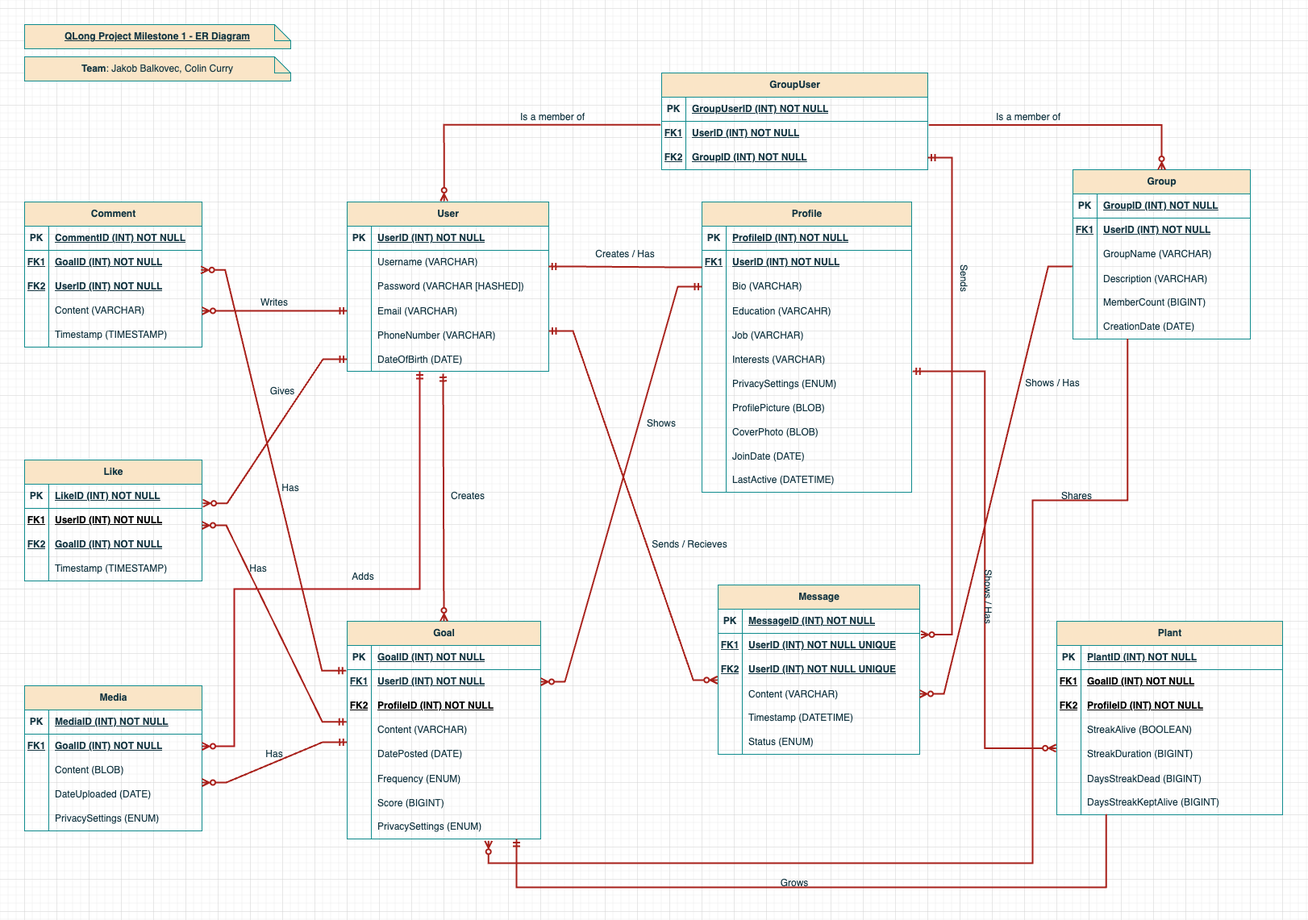
This is ERdiagram/project_milestone1_erd.png from j-balkovec/CPSC3300, a draw.io export, as it was before one commit. Source tidied: cells renumbered, new cells last; positions are measured from the earlier drawing's top-left corner, leaving out a move shared by most shapes.
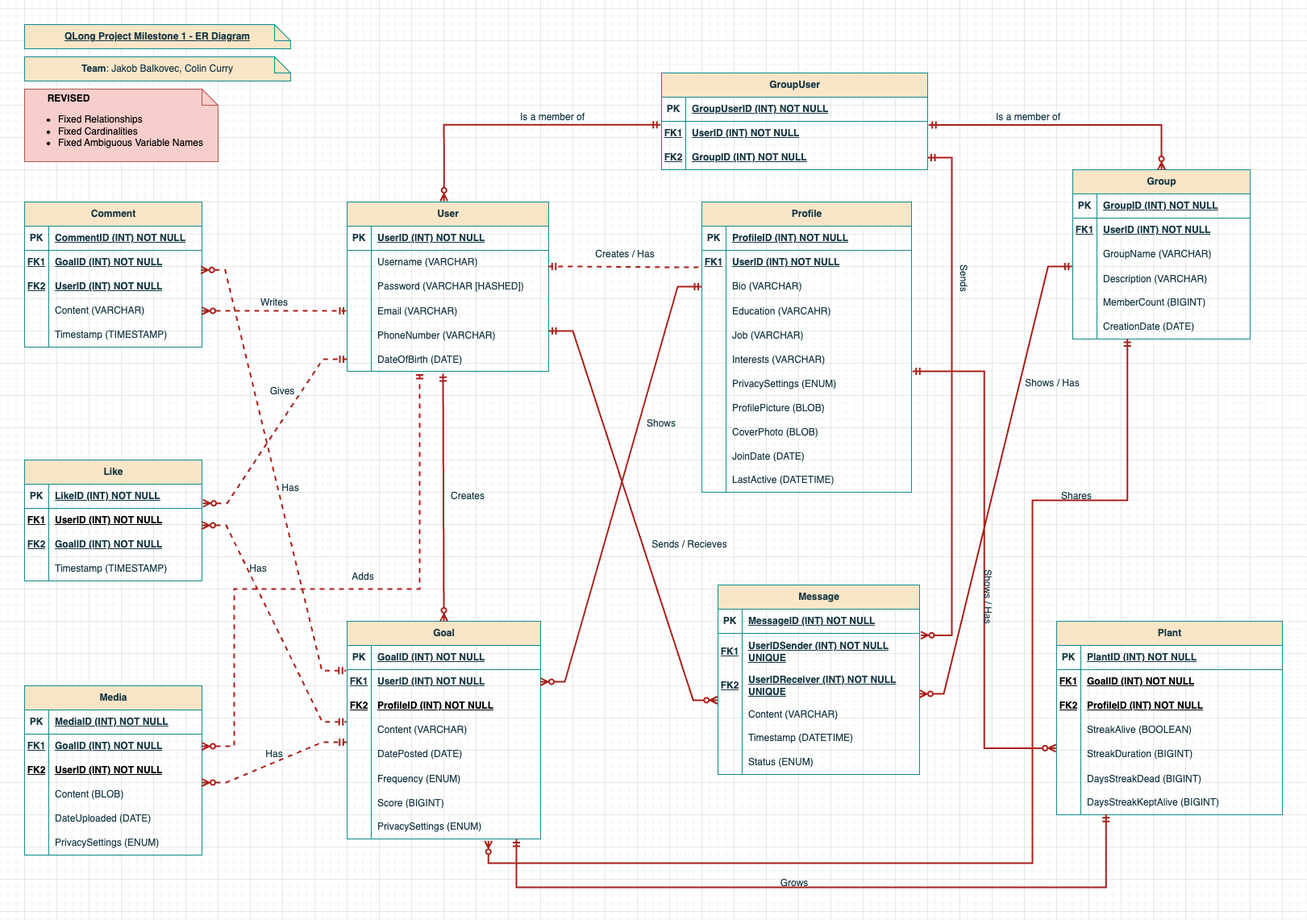
After the commit.

Commit message:
Updated Relationships, Cardinalities, Fixed variable FKs

What changed in the source:
```diff
@@ -68,3 +68,3 @@
     <mxCell id="23" value="Media" style="shape=table;startSize=30;rowLines=0;fontStyle=1;align=center;html=1;strokeColor=#0F8B8D;fontColor=#143642;fillColor=#FAE5C7;labelBackgroundColor=none;" parent="1" vertex="1">
-      <mxGeometry y="820" width="220" height="180" as="geometry" />
+      <mxGeometry y="820" width="220" height="210" as="geometry" />
     </mxCell>
@@ -88,4 +88,13 @@
     </mxCell>
+    <mxCell id="231" style="shape=tableRow;horizontal=0;startSize=0;swimlaneHead=0;swimlaneBody=0;fillColor=none;top=0;left=0;right=0;bottom=0;" parent="23" vertex="1">
+      <mxGeometry y="90" width="220" height="30" as="geometry" />
+    </mxCell>
+    <mxCell id="232" value="&lt;b&gt;&lt;u&gt;FK2&lt;/u&gt;&lt;/b&gt;" style="shape=partialRectangle;fillColor=none;top=0;left=0;bottom=0;right=0;fontStyle=0;overflow=hidden;whiteSpace=wrap;html=1;" parent="231" vertex="1">
+      <mxGeometry width="30" height="30" as="geometry" />
+    </mxCell>
+    <mxCell id="233" value="&lt;b&gt;&lt;u&gt;UserID (INT) NOT NULL&lt;/u&gt;&lt;/b&gt;" style="shape=partialRectangle;fillColor=none;top=0;left=0;bottom=0;right=0;align=left;spacingLeft=6;fontStyle=0;overflow=hidden;whiteSpace=wrap;html=1;" parent="231" vertex="1">
+      <mxGeometry x="30" width="190" height="30" as="geometry" />
+    </mxCell>
     <mxCell id="30" style="shape=tableRow;horizontal=0;startSize=0;swimlaneHead=0;swimlaneBody=0;fillColor=none;top=0;left=0;right=0;bottom=0;strokeColor=#0F8B8D;fontColor=#143642;labelBackgroundColor=none;" parent="23" vertex="1">
-      <mxGeometry y="90" width="220" height="30" as="geometry" />
+      <mxGeometry y="120" width="220" height="30" as="geometry" />
     </mxCell>
@@ -98,3 +107,3 @@
     <mxCell id="33" style="shape=tableRow;horizontal=0;startSize=0;swimlaneHead=0;swimlaneBody=0;fillColor=none;top=0;left=0;right=0;bottom=0;strokeColor=#0F8B8D;fontColor=#143642;labelBackgroundColor=none;" parent="23" vertex="1">
-      <mxGeometry y="120" width="220" height="30" as="geometry" />
+      <mxGeometry y="150" width="220" height="30" as="geometry" />
     </mxCell>
@@ -107,3 +116,3 @@
     <mxCell id="36" style="shape=tableRow;horizontal=0;startSize=0;swimlaneHead=0;swimlaneBody=0;fillColor=none;top=0;left=0;right=0;bottom=0;strokeColor=#0F8B8D;fontColor=#143642;labelBackgroundColor=none;" parent="23" vertex="1">
-      <mxGeometry y="150" width="220" height="30" as="geometry" />
+      <mxGeometry y="180" width="220" height="30" as="geometry" />
     </mxCell>
@@ -116,3 +125,3 @@
     <mxCell id="39" value="Message" style="shape=table;startSize=30;rowLines=0;fontStyle=1;align=center;html=1;strokeColor=#0F8B8D;fontColor=#143642;fillColor=#FAE5C7;labelBackgroundColor=none;" parent="1" vertex="1">
-      <mxGeometry x="860" y="695" width="250" height="210" as="geometry" />
+      <mxGeometry x="860" y="695" width="250" height="235" as="geometry" />
     </mxCell>
@@ -128,21 +137,21 @@
     <mxCell id="43" style="shape=tableRow;horizontal=0;startSize=0;swimlaneHead=0;swimlaneBody=0;fillColor=none;points=[[0,0.5],[1,0.5]];portConstraint=eastwest;top=0;left=0;right=0;bottom=0;strokeColor=#0F8B8D;fontColor=#143642;" parent="39" vertex="1">
-      <mxGeometry y="60" width="250" height="30" as="geometry" />
+      <mxGeometry y="60" width="250" height="45" as="geometry" />
     </mxCell>
     <mxCell id="44" value="&lt;b&gt;&lt;u&gt;FK1&lt;/u&gt;&lt;/b&gt;" style="shape=partialRectangle;fillColor=none;top=0;left=0;bottom=0;right=0;fontStyle=0;overflow=hidden;whiteSpace=wrap;html=1;strokeColor=#0F8B8D;fontColor=#143642;" parent="43" vertex="1">
-      <mxGeometry width="30" height="30" as="geometry" />
+      <mxGeometry width="30" height="45" as="geometry" />
     </mxCell>
-    <mxCell id="45" value="&lt;b&gt;&lt;u&gt;UserID (INT) NOT NULL UNIQUE&lt;/u&gt;&lt;/b&gt;" style="shape=partialRectangle;fillColor=none;top=0;left=0;bottom=0;right=0;align=left;spacingLeft=6;fontStyle=0;overflow=hidden;whiteSpace=wrap;html=1;strokeColor=#0F8B8D;fontColor=#143642;" parent="43" vertex="1">
-      <mxGeometry x="30" width="220" height="30" as="geometry" />
+    <mxCell id="45" value="&lt;b&gt;&lt;u&gt;UserIDSender (INT) NOT NULL UNIQUE&lt;/u&gt;&lt;/b&gt;" style="shape=partialRectangle;fillColor=none;top=0;left=0;bottom=0;right=0;align=left;spacingLeft=6;fontStyle=0;overflow=hidden;whiteSpace=wrap;html=1;strokeColor=#0F8B8D;fontColor=#143642;" parent="43" vertex="1">
+      <mxGeometry x="30" width="220" height="45" as="geometry" />
     </mxCell>
     <mxCell id="46" style="shape=tableRow;horizontal=0;startSize=0;swimlaneHead=0;swimlaneBody=0;fillColor=none;top=0;left=0;right=0;bottom=0;strokeColor=#0F8B8D;fontColor=#143642;" parent="39" vertex="1">
-      <mxGeometry y="90" width="250" height="30" as="geometry" />
+      <mxGeometry y="105" width="250" height="40" as="geometry" />
     </mxCell>
     <mxCell id="47" value="&lt;b&gt;&lt;u&gt;FK2&lt;/u&gt;&lt;/b&gt;" style="shape=partialRectangle;fillColor=none;top=0;left=0;bottom=0;right=0;fontStyle=0;overflow=hidden;whiteSpace=wrap;html=1;strokeColor=#0F8B8D;fontColor=#143642;" parent="46" vertex="1">
-      <mxGeometry width="30" height="30" as="geometry" />
+      <mxGeometry width="30" height="40" as="geometry" />
     </mxCell>
-    <mxCell id="48" value="&lt;b&gt;&lt;u&gt;UserID (INT) NOT NULL UNIQUE&lt;/u&gt;&lt;/b&gt;" style="shape=partialRectangle;fillColor=none;top=0;left=0;bottom=0;right=0;align=left;spacingLeft=6;fontStyle=0;overflow=hidden;whiteSpace=wrap;html=1;strokeColor=#0F8B8D;fontColor=#143642;" parent="46" vertex="1">
-      <mxGeometry x="30" width="220" height="30" as="geometry" />
+    <mxCell id="48" value="&lt;b&gt;&lt;u&gt;UserIDReceiver (INT) NOT NULL UNIQUE&lt;/u&gt;&lt;/b&gt;" style="shape=partialRectangle;fillColor=none;top=0;left=0;bottom=0;right=0;align=left;spacingLeft=6;fontStyle=0;overflow=hidden;whiteSpace=wrap;html=1;strokeColor=#0F8B8D;fontColor=#143642;" parent="46" vertex="1">
+      <mxGeometry x="30" width="220" height="40" as="geometry" />
     </mxCell>
     <mxCell id="49" style="shape=tableRow;horizontal=0;startSize=0;swimlaneHead=0;swimlaneBody=0;fillColor=none;points=[[0,0.5],[1,0.5]];portConstraint=eastwest;top=0;left=0;right=0;bottom=0;strokeColor=#0F8B8D;fontColor=#143642;labelBackgroundColor=none;" parent="39" vertex="1">
-      <mxGeometry y="120" width="250" height="30" as="geometry" />
+      <mxGeometry y="145" width="250" height="30" as="geometry" />
     </mxCell>
@@ -155,3 +164,3 @@
     <mxCell id="52" style="shape=tableRow;horizontal=0;startSize=0;swimlaneHead=0;swimlaneBody=0;fillColor=none;top=0;left=0;right=0;bottom=0;strokeColor=#0F8B8D;fontColor=#143642;labelBackgroundColor=none;" parent="39" vertex="1">
-      <mxGeometry y="150" width="250" height="30" as="geometry" />
+      <mxGeometry y="175" width="250" height="30" as="geometry" />
     </mxCell>
@@ -164,3 +173,3 @@
     <mxCell id="55" style="shape=tableRow;horizontal=0;startSize=0;swimlaneHead=0;swimlaneBody=0;fillColor=none;top=0;left=0;right=0;bottom=0;strokeColor=#0F8B8D;fontColor=#143642;labelBackgroundColor=none;" parent="39" vertex="1">
-      <mxGeometry y="180" width="250" height="30" as="geometry" />
+      <mxGeometry y="205" width="250" height="30" as="geometry" />
     </mxCell>
@@ -493,3 +502,3 @@
     </mxCell>
-    <mxCell id="165" style="edgeStyle=entityRelationEdgeStyle;fontSize=12;html=1;endArrow=none;rounded=0;strokeWidth=2;strokeColor=#A8201A;startArrow=ERmandOne;startFill=0;endFill=0;labelBackgroundColor=none;fontColor=default;" parent="1" edge="1">
+    <mxCell id="165" style="edgeStyle=entityRelationEdgeStyle;fontSize=12;html=1;endArrow=none;rounded=0;strokeWidth=2;strokeColor=#A8201A;startArrow=ERmandOne;startFill=0;endFill=0;labelBackgroundColor=none;fontColor=default;dashed=1;" parent="1" edge="1">
       <mxGeometry relative="1" as="geometry">
@@ -502,6 +511,6 @@
     </mxCell>
-    <mxCell id="167" style="edgeStyle=entityRelationEdgeStyle;fontSize=12;html=1;endArrow=ERmandOne;startArrow=ERzeroToMany;rounded=0;entryX=-0.005;entryY=0.045;entryDx=0;entryDy=0;entryPerimeter=0;startFill=0;endFill=0;strokeWidth=2;labelBackgroundColor=none;strokeColor=#A8201A;fontColor=default;exitX=0.994;exitY=0.811;exitDx=0;exitDy=0;exitPerimeter=0;" parent="1" edge="1" source="81" target="97">
+    <mxCell id="167" style="edgeStyle=entityRelationEdgeStyle;fontSize=12;html=1;endArrow=ERmandOne;startArrow=ERzeroToMany;rounded=0;entryX=-0.005;entryY=0.045;entryDx=0;entryDy=0;entryPerimeter=0;startFill=0;endFill=0;strokeWidth=2;labelBackgroundColor=none;strokeColor=#A8201A;fontColor=default;exitX=0.994;exitY=0.811;exitDx=0;exitDy=0;exitPerimeter=0;dashed=1;" parent="1" edge="1" source="81" target="97">
       <mxGeometry relative="1" as="geometry" />
     </mxCell>
-    <mxCell id="168" style="edgeStyle=entityRelationEdgeStyle;fontSize=12;html=1;endArrow=ERmandOne;startArrow=ERzeroToMany;rounded=0;entryX=-0.003;entryY=0.162;entryDx=0;entryDy=0;entryPerimeter=0;startFill=0;endFill=0;strokeWidth=2;labelBackgroundColor=none;strokeColor=#A8201A;fontColor=default;" parent="1" edge="1" target="103">
+    <mxCell id="168" style="edgeStyle=entityRelationEdgeStyle;fontSize=12;html=1;endArrow=ERmandOne;startArrow=ERzeroToMany;rounded=0;entryX=-0.003;entryY=0.162;entryDx=0;entryDy=0;entryPerimeter=0;startFill=0;endFill=0;strokeWidth=2;labelBackgroundColor=none;strokeColor=#A8201A;fontColor=default;dashed=1;" parent="1" edge="1" target="103">
       <mxGeometry relative="1" as="geometry">
@@ -515,3 +524,3 @@
     </mxCell>
-    <mxCell id="170" style="edgeStyle=entityRelationEdgeStyle;fontSize=12;html=1;endArrow=ERmandOne;startArrow=ERzeroToMany;rounded=0;entryX=-0.001;entryY=0.996;entryDx=0;entryDy=0;entryPerimeter=0;strokeWidth=2;labelBackgroundColor=none;strokeColor=#A8201A;fontColor=default;endFill=0;startFill=0;" parent="1" edge="1" target="103">
+    <mxCell id="170" style="edgeStyle=entityRelationEdgeStyle;fontSize=12;html=1;endArrow=ERmandOne;startArrow=ERzeroToMany;rounded=0;entryX=-0.001;entryY=0.996;entryDx=0;entryDy=0;entryPerimeter=0;strokeWidth=2;labelBackgroundColor=none;strokeColor=#A8201A;fontColor=default;endFill=0;startFill=0;dashed=1;" parent="1" edge="1" target="103">
       <mxGeometry relative="1" as="geometry">
@@ -586,3 +595,3 @@
     </mxCell>
-    <mxCell id="193" style="edgeStyle=orthogonalEdgeStyle;fontSize=12;html=1;endArrow=none;startArrow=ERmandOne;rounded=0;strokeColor=#A8201A;fontColor=#143642;fillColor=#FAE5C7;entryX=0.219;entryY=0.978;entryDx=0;entryDy=0;entryPerimeter=0;strokeWidth=2;startFill=0;endFill=0;" parent="1" edge="1" target="190">
+    <mxCell id="193" style="edgeStyle=orthogonalEdgeStyle;fontSize=12;html=1;endArrow=ERmandOne;startArrow=ERmandOne;rounded=0;strokeColor=#A8201A;fontColor=#143642;fillColor=#FAE5C7;entryX=0.219;entryY=0.978;entryDx=0;entryDy=0;entryPerimeter=0;strokeWidth=2;startFill=0;endFill=0;" parent="1" edge="1" target="190">
       <mxGeometry relative="1" as="geometry">
@@ -598,3 +607,3 @@
     </mxCell>
-    <mxCell id="195" style="edgeStyle=entityRelationEdgeStyle;fontSize=12;html=1;endArrow=none;rounded=0;strokeColor=#A8201A;fontColor=#143642;fillColor=#FAE5C7;entryX=-0.003;entryY=0.003;entryDx=0;entryDy=0;entryPerimeter=0;strokeWidth=2;startArrow=ERzeroToMany;startFill=0;endFill=0;exitX=1;exitY=0.5;exitDx=0;exitDy=0;" parent="1" edge="1" target="68">
+    <mxCell id="195" style="edgeStyle=entityRelationEdgeStyle;fontSize=12;html=1;endArrow=ERmandOne;rounded=0;strokeColor=#A8201A;fontColor=#143642;fillColor=#FAE5C7;entryX=-0.003;entryY=0.003;entryDx=0;entryDy=0;entryPerimeter=0;strokeWidth=2;startArrow=ERzeroToMany;startFill=0;endFill=0;exitX=1;exitY=0.5;exitDx=0;exitDy=0;" parent="1" edge="1" target="68">
       <mxGeometry relative="1" as="geometry">
@@ -603,3 +612,3 @@
     </mxCell>
-    <mxCell id="196" style="edgeStyle=orthogonalEdgeStyle;fontSize=12;html=1;endArrow=none;rounded=0;strokeColor=#A8201A;fontColor=#143642;fillColor=#FAE5C7;exitX=0.73;exitY=1.076;exitDx=0;exitDy=0;exitPerimeter=0;entryX=0.308;entryY=0.982;entryDx=0;entryDy=0;strokeWidth=2;startArrow=ERzeroToMany;startFill=0;endFill=0;entryPerimeter=0;" parent="1" edge="1" source="115" target="74">
+    <mxCell id="196" style="edgeStyle=orthogonalEdgeStyle;fontSize=12;html=1;endArrow=ERmandOne;rounded=0;strokeColor=#A8201A;fontColor=#143642;fillColor=#FAE5C7;exitX=0.73;exitY=1.076;exitDx=0;exitDy=0;exitPerimeter=0;entryX=0.308;entryY=0.982;entryDx=0;entryDy=0;strokeWidth=2;startArrow=ERzeroToMany;startFill=0;endFill=0;entryPerimeter=0;" parent="1" edge="1" source="115" target="74">
       <mxGeometry relative="1" as="geometry">
@@ -613,6 +622,6 @@
     </mxCell>
-    <mxCell id="197" style="edgeStyle=entityRelationEdgeStyle;fontSize=12;html=1;endArrow=ERmandOne;startArrow=ERzeroToMany;rounded=0;strokeColor=#A8201A;fontColor=#143642;fillColor=#FAE5C7;entryX=0;entryY=0.5;entryDx=0;entryDy=0;exitX=1;exitY=0.5;exitDx=0;exitDy=0;strokeWidth=2;endFill=0;startFill=0;" parent="1" edge="1" source="87" target="14">
+    <mxCell id="197" style="edgeStyle=entityRelationEdgeStyle;fontSize=12;html=1;endArrow=ERmandOne;startArrow=ERzeroToMany;rounded=0;strokeColor=#A8201A;fontColor=#143642;fillColor=#FAE5C7;entryX=0;entryY=0.5;entryDx=0;entryDy=0;exitX=1;exitY=0.5;exitDx=0;exitDy=0;strokeWidth=2;endFill=0;startFill=0;dashed=1;" parent="1" edge="1" source="87" target="14">
       <mxGeometry relative="1" as="geometry" />
     </mxCell>
-    <mxCell id="198" style="edgeStyle=entityRelationEdgeStyle;fontSize=12;html=1;endArrow=ERmandOne;startArrow=ERzeroToMany;rounded=0;strokeColor=#A8201A;fontColor=#143642;fillColor=#FAE5C7;entryX=0;entryY=0.5;entryDx=0;entryDy=0;exitX=1.005;exitY=0.79;exitDx=0;exitDy=0;strokeWidth=2;endFill=0;startFill=0;exitPerimeter=0;" parent="1" edge="1" source="153" target="20">
+    <mxCell id="198" style="edgeStyle=entityRelationEdgeStyle;fontSize=12;html=1;endArrow=ERmandOne;startArrow=ERzeroToMany;rounded=0;strokeColor=#A8201A;fontColor=#143642;fillColor=#FAE5C7;entryX=0;entryY=0.5;entryDx=0;entryDy=0;exitX=1.005;exitY=0.79;exitDx=0;exitDy=0;strokeWidth=2;endFill=0;startFill=0;exitPerimeter=0;dashed=1;" parent="1" edge="1" source="153" target="20">
       <mxGeometry relative="1" as="geometry" />
@@ -652,3 +661,3 @@
     </mxCell>
-    <mxCell id="210" style="edgeStyle=orthogonalEdgeStyle;fontSize=12;html=1;endArrow=none;rounded=0;strokeColor=#A8201A;fontColor=#143642;fillColor=#FAE5C7;entryX=-0.004;entryY=0.141;entryDx=0;entryDy=0;entryPerimeter=0;strokeWidth=2;startArrow=ERzeroToMany;startFill=0;endFill=0;exitX=0.481;exitY=-0.005;exitDx=0;exitDy=0;exitPerimeter=0;" parent="1" edge="1" source="4" target="204">
+    <mxCell id="210" style="edgeStyle=orthogonalEdgeStyle;fontSize=12;html=1;endArrow=ERmandOne;rounded=0;strokeColor=#A8201A;fontColor=#143642;fillColor=#FAE5C7;entryX=-0.004;entryY=0.141;entryDx=0;entryDy=0;entryPerimeter=0;strokeWidth=2;startArrow=ERzeroToMany;startFill=0;endFill=0;exitX=0.481;exitY=-0.005;exitDx=0;exitDy=0;exitPerimeter=0;" parent="1" edge="1" source="4" target="204">
       <mxGeometry relative="1" as="geometry">
@@ -660,3 +669,3 @@
     </mxCell>
-    <mxCell id="211" style="edgeStyle=orthogonalEdgeStyle;fontSize=12;html=1;endArrow=none;rounded=0;strokeColor=#A8201A;fontColor=#143642;fillColor=#FAE5C7;exitX=0.5;exitY=0;exitDx=0;exitDy=0;entryX=1.004;entryY=0.151;entryDx=0;entryDy=0;entryPerimeter=0;strokeWidth=2;startArrow=ERzeroToMany;startFill=0;endFill=0;" parent="1" edge="1" source="58" target="204">
+    <mxCell id="211" style="edgeStyle=orthogonalEdgeStyle;fontSize=12;html=1;endArrow=ERmandOne;rounded=0;strokeColor=#A8201A;fontColor=#143642;fillColor=#FAE5C7;exitX=0.5;exitY=0;exitDx=0;exitDy=0;entryX=1.004;entryY=0.151;entryDx=0;entryDy=0;entryPerimeter=0;strokeWidth=2;startArrow=ERzeroToMany;startFill=0;endFill=0;" parent="1" edge="1" source="58" target="204">
       <mxGeometry relative="1" as="geometry" />
@@ -714,3 +723,3 @@
     </mxCell>
-    <mxCell id="229" style="edgeStyle=orthogonalEdgeStyle;fontSize=12;html=1;endArrow=ERmandOne;startArrow=ERzeroToMany;rounded=0;exitX=1;exitY=0.5;exitDx=0;exitDy=0;strokeWidth=2;strokeColor=#b01c1c;startFill=0;" parent="1" edge="1" source="27" target="20">
+    <mxCell id="229" style="edgeStyle=orthogonalEdgeStyle;fontSize=12;html=1;endArrow=ERmandOne;startArrow=ERzeroToMany;rounded=0;exitX=1;exitY=0.5;exitDx=0;exitDy=0;strokeWidth=2;strokeColor=#b01c1c;startFill=0;dashed=1;" parent="1" edge="1" source="27" target="20">
       <mxGeometry relative="1" as="geometry">
@@ -726,2 +735,5 @@
     </mxCell>
+    <mxCell id="234" value="&lt;div style=&quot;&quot;&gt;&lt;b&gt;&lt;span style=&quot;white-space: pre;&quot;&gt;&#9;&lt;/span&gt;REVISED&lt;/b&gt;&lt;/div&gt;&lt;div style=&quot;&quot;&gt;&lt;ul&gt;&lt;li&gt;&lt;span style=&quot;background-color: initial;&quot;&gt;Fixed Relationships&lt;/span&gt;&lt;/li&gt;&lt;li&gt;&lt;span style=&quot;background-color: initial;&quot;&gt;Fixed Cardinalities&lt;/span&gt;&lt;/li&gt;&lt;li&gt;&lt;span style=&quot;background-color: initial;&quot;&gt;Fixed Ambiguous Variable Names&lt;/span&gt;&lt;/li&gt;&lt;/ul&gt;&lt;/div&gt;" style="shape=note;size=20;whiteSpace=wrap;html=1;fillColor=#f8cecc;strokeColor=#b85450;align=left;" parent="1" vertex="1">
+      <mxGeometry y="80" width="240" height="90" as="geometry" />
+    </mxCell>
   </root>
```
